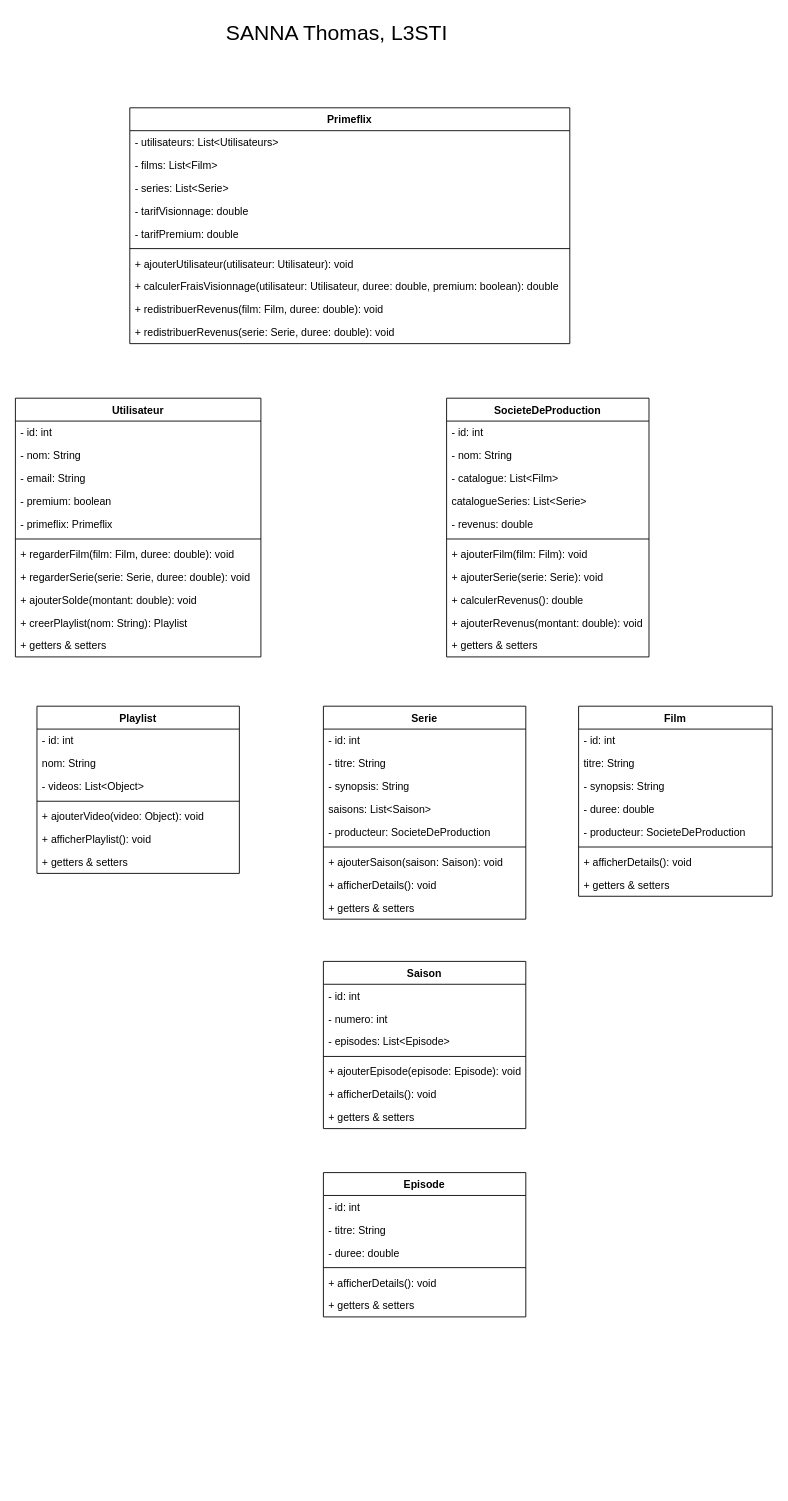
Before: TP Primeflix/tp_primeflix/diag.dio in ThomasSanna/prog-orientee-objet-java-L3STI, a draw.io diagram. Source tidied: cells renumbered, new cells numbered last; positions are measured from the earlier drawing's top-left corner, leaving out a move shared by most shapes. Both pictures are drawn from the tidied source at 88%, with x=0, y=0 at pixel (15, 15).
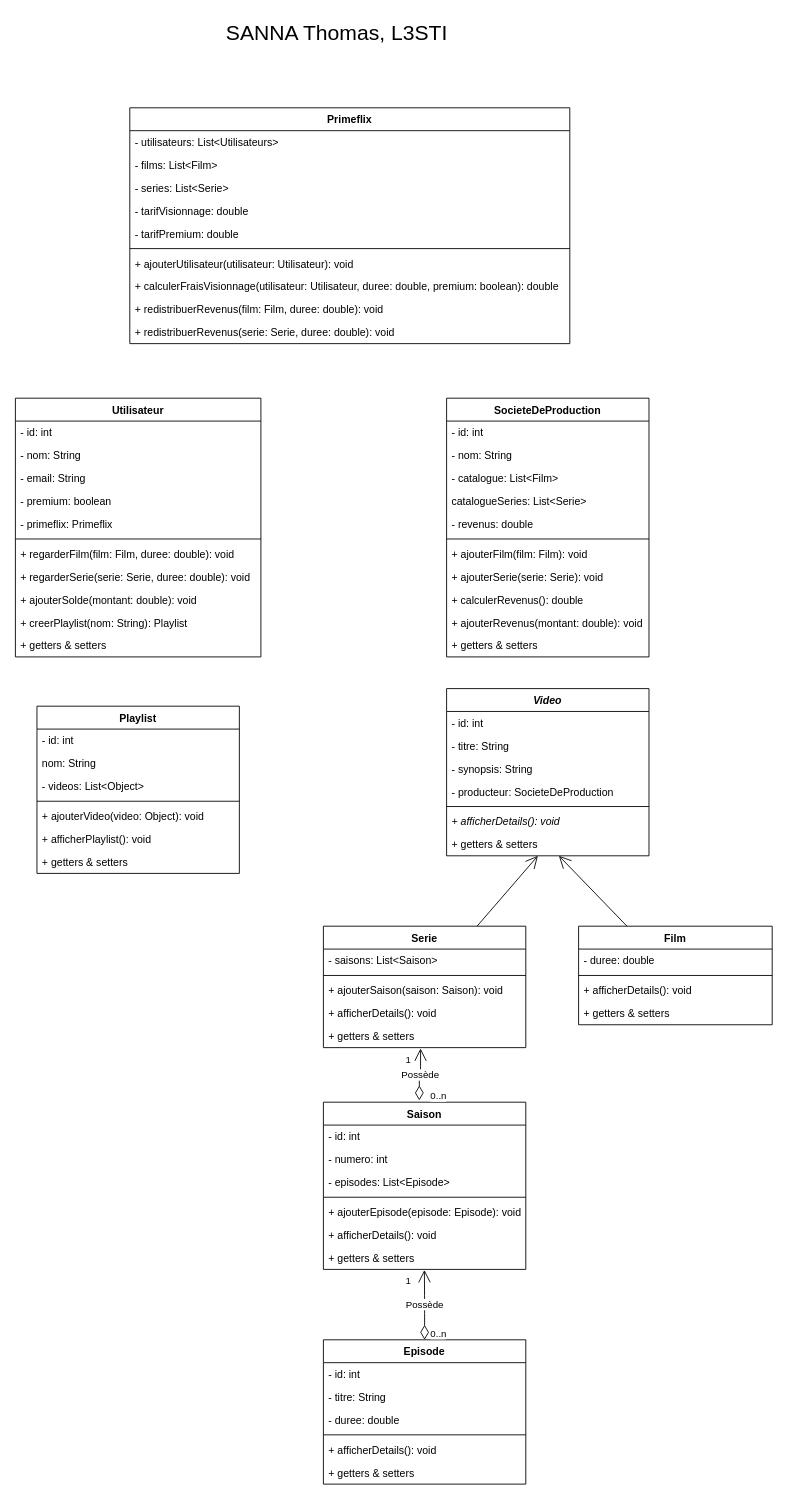
The same page after the edit.

The change refers to these unchanged cells:
```xml
<mxCell id="51" value="+ getters &amp; setters" style="text;strokeColor=none;fillColor=none;align=left;verticalAlign=top;spacingLeft=4;spacingRight=4;overflow=hidden;points=[[0,0.5],[1,0.5]];portConstraint=eastwest;" parent="44" vertex="1">
  <mxGeometry y="164" width="230" height="26" as="geometry" />
</mxCell>
```

What changed in the source:
```diff
@@
     <mxCell id="25" value="Film" style="swimlane;fontStyle=1;align=center;verticalAlign=top;horizontal=1;startSize=26;" parent="1" vertex="1">
-      <mxGeometry x="640" y="785" width="220" height="216" as="geometry" />
+      <mxGeometry x="640" y="1035" width="220" height="112" as="geometry" />
     </mxCell>
-    <mxCell id="26" value="- id: int" style="text;strokeColor=none;fillColor=none;align=left;verticalAlign=top;spacingLeft=4;spacingRight=4;overflow=hidden;" parent="25" vertex="1">
-      <mxGeometry y="26" width="220" height="26" as="geometry" />
-    </mxCell>
-    <mxCell id="27" value="titre: String" style="text;strokeColor=none;fillColor=none;align=left;verticalAlign=top;spacingLeft=4;spacingRight=4;overflow=hidden;" parent="25" vertex="1">
-      <mxGeometry y="52" width="220" height="26" as="geometry" />
-    </mxCell>
-    <mxCell id="28" value="- synopsis: String" style="text;strokeColor=none;fillColor=none;align=left;verticalAlign=top;spacingLeft=4;spacingRight=4;overflow=hidden;" parent="25" vertex="1">
-      <mxGeometry y="78" width="220" height="26" as="geometry" />
-    </mxCell>
     <mxCell id="29" value="- duree: double" style="text;strokeColor=none;fillColor=none;align=left;verticalAlign=top;spacingLeft=4;spacingRight=4;overflow=hidden;" parent="25" vertex="1">
-      <mxGeometry y="104" width="220" height="26" as="geometry" />
+      <mxGeometry y="26" width="220" height="26" as="geometry" />
     </mxCell>
-    <mxCell id="30" value="- producteur: SocieteDeProduction" style="text;strokeColor=none;fillColor=none;align=left;verticalAlign=top;spacingLeft=4;spacingRight=4;overflow=hidden;" parent="25" vertex="1">
-      <mxGeometry y="130" width="220" height="26" as="geometry" />
-    </mxCell>
     <mxCell id="31" style="line;strokeWidth=1;fillColor=none;align=left;verticalAlign=middle;spacingTop=-1;spacingLeft=3;spacingRight=3;labelPosition=right;strokeColor=inherit;" parent="25" vertex="1">
-      <mxGeometry y="156" width="220" height="8" as="geometry" />
+      <mxGeometry y="52" width="220" height="8" as="geometry" />
     </mxCell>
     <mxCell id="32" value="+ afficherDetails(): void" style="text;strokeColor=none;fillColor=none;align=left;verticalAlign=top;spacingLeft=4;spacingRight=4;overflow=hidden;" parent="25" vertex="1">
-      <mxGeometry y="164" width="220" height="26" as="geometry" />
+      <mxGeometry y="60" width="220" height="26" as="geometry" />
     </mxCell>
     <mxCell id="33" value="+ getters &amp; setters" style="text;strokeColor=none;fillColor=none;align=left;verticalAlign=top;spacingLeft=4;spacingRight=4;overflow=hidden;" parent="25" vertex="1">
-      <mxGeometry y="190" width="220" height="26" as="geometry" />
+      <mxGeometry y="86" width="220" height="26" as="geometry" />
     </mxCell>
     <mxCell id="34" value="Serie" style="swimlane;fontStyle=1;align=center;verticalAlign=top;horizontal=1;startSize=26;" parent="1" vertex="1">
-      <mxGeometry x="350" y="785" width="230" height="242" as="geometry" />
+      <mxGeometry x="350" y="1035" width="230" height="138" as="geometry" />
     </mxCell>
-    <mxCell id="35" value="- id: int" style="text;strokeColor=none;fillColor=none;align=left;verticalAlign=top;spacingLeft=4;spacingRight=4;overflow=hidden;" parent="34" vertex="1">
-      <mxGeometry y="26" width="230" height="26" as="geometry" />
-    </mxCell>
-    <mxCell id="36" value="- titre: String" style="text;strokeColor=none;fillColor=none;align=left;verticalAlign=top;spacingLeft=4;spacingRight=4;overflow=hidden;" parent="34" vertex="1">
-      <mxGeometry y="52" width="230" height="26" as="geometry" />
-    </mxCell>
-    <mxCell id="37" value="- synopsis: String" style="text;strokeColor=none;fillColor=none;align=left;verticalAlign=top;spacingLeft=4;spacingRight=4;overflow=hidden;" parent="34" vertex="1">
-      <mxGeometry y="78" width="230" height="26" as="geometry" />
-    </mxCell>
-    <mxCell id="38" value="saisons: List&lt;Saison&gt;" style="text;strokeColor=none;fillColor=none;align=left;verticalAlign=top;spacingLeft=4;spacingRight=4;overflow=hidden;" parent="34" vertex="1">
-      <mxGeometry y="104" width="230" height="26" as="geometry" />
+    <mxCell id="38" value="- saisons: List&lt;Saison&gt;" style="text;strokeColor=none;fillColor=none;align=left;verticalAlign=top;spacingLeft=4;spacingRight=4;overflow=hidden;" parent="34" vertex="1">
+      <mxGeometry y="26" width="230" height="26" as="geometry" />
     </mxCell>
-    <mxCell id="39" value="- producteur: SocieteDeProduction" style="text;strokeColor=none;fillColor=none;align=left;verticalAlign=top;spacingLeft=4;spacingRight=4;overflow=hidden;" parent="34" vertex="1">
-      <mxGeometry y="130" width="230" height="26" as="geometry" />
-    </mxCell>
     <mxCell id="40" style="line;strokeWidth=1;fillColor=none;align=left;verticalAlign=middle;spacingTop=-1;spacingLeft=3;spacingRight=3;labelPosition=right;strokeColor=inherit;" parent="34" vertex="1">
-      <mxGeometry y="156" width="230" height="8" as="geometry" />
+      <mxGeometry y="52" width="230" height="8" as="geometry" />
     </mxCell>
     <mxCell id="41" value="+ ajouterSaison(saison: Saison): void" style="text;strokeColor=none;fillColor=none;align=left;verticalAlign=top;spacingLeft=4;spacingRight=4;overflow=hidden;" parent="34" vertex="1">
-      <mxGeometry y="164" width="230" height="26" as="geometry" />
+      <mxGeometry y="60" width="230" height="26" as="geometry" />
     </mxCell>
     <mxCell id="42" value="+ afficherDetails(): void" style="text;strokeColor=none;fillColor=none;align=left;verticalAlign=top;spacingLeft=4;spacingRight=4;overflow=hidden;" parent="34" vertex="1">
-      <mxGeometry y="190" width="230" height="26" as="geometry" />
+      <mxGeometry y="86" width="230" height="26" as="geometry" />
     </mxCell>
     <mxCell id="43" value="+ getters &amp; setters" style="text;strokeColor=none;fillColor=none;align=left;verticalAlign=top;spacingLeft=4;spacingRight=4;overflow=hidden;points=[[0,0.5],[1,0.5]];portConstraint=eastwest;" parent="34" vertex="1">
-      <mxGeometry y="216" width="230" height="26" as="geometry" />
+      <mxGeometry y="112" width="230" height="26" as="geometry" />
     </mxCell>
     <mxCell id="44" value="Saison" style="swimlane;fontStyle=1;align=center;verticalAlign=top;horizontal=1;startSize=26;" parent="1" vertex="1">
-      <mxGeometry x="350" y="1075" width="230" height="190" as="geometry" />
+      <mxGeometry x="350" y="1235" width="230" height="190" as="geometry" />
     </mxCell>
@@
     <mxCell id="52" value="Episode" style="swimlane;fontStyle=1;align=center;verticalAlign=top;horizontal=1;startSize=26;" parent="1" vertex="1">
-      <mxGeometry x="350" y="1315" width="230" height="164" as="geometry" />
+      <mxGeometry x="350" y="1505" width="230" height="164" as="geometry" />
     </mxCell>
@@
+    <mxCell id="80" value="Video" style="swimlane;fontStyle=3;align=center;verticalAlign=top;horizontal=1;startSize=26;" parent="1" vertex="1">
+      <mxGeometry x="490" y="765" width="230" height="190" as="geometry" />
+    </mxCell>
+    <mxCell id="35" value="- id: int" style="text;strokeColor=none;fillColor=none;align=left;verticalAlign=top;spacingLeft=4;spacingRight=4;overflow=hidden;" parent="80" vertex="1">
+      <mxGeometry y="26" width="230" height="26" as="geometry" />
+    </mxCell>
+    <mxCell id="36" value="- titre: String" style="text;strokeColor=none;fillColor=none;align=left;verticalAlign=top;spacingLeft=4;spacingRight=4;overflow=hidden;" parent="80" vertex="1">
+      <mxGeometry y="52" width="230" height="26" as="geometry" />
+    </mxCell>
+    <mxCell id="37" value="- synopsis: String" style="text;strokeColor=none;fillColor=none;align=left;verticalAlign=top;spacingLeft=4;spacingRight=4;overflow=hidden;" parent="80" vertex="1">
+      <mxGeometry y="78" width="230" height="26" as="geometry" />
+    </mxCell>
+    <mxCell id="81" value="- producteur: SocieteDeProduction" style="text;strokeColor=none;fillColor=none;align=left;verticalAlign=top;spacingLeft=4;spacingRight=4;overflow=hidden;" parent="80" vertex="1">
+      <mxGeometry y="104" width="230" height="26" as="geometry" />
+    </mxCell>
+    <mxCell id="82" style="line;strokeWidth=1;fillColor=none;align=left;verticalAlign=middle;spacingTop=-1;spacingLeft=3;spacingRight=3;labelPosition=right;strokeColor=inherit;" parent="80" vertex="1">
+      <mxGeometry y="130" width="230" height="8" as="geometry" />
+    </mxCell>
+    <mxCell id="83" value="+ afficherDetails(): void" style="text;strokeColor=none;fillColor=none;align=left;verticalAlign=top;spacingLeft=4;spacingRight=4;overflow=hidden;fontStyle=2;" parent="80" vertex="1">
+      <mxGeometry y="138" width="230" height="26" as="geometry" />
+    </mxCell>
+    <mxCell id="84" value="+ getters &amp; setters" style="text;strokeColor=none;fillColor=none;align=left;verticalAlign=top;spacingLeft=4;spacingRight=4;overflow=hidden;points=[[0,0.5],[1,0.5]];portConstraint=eastwest;" parent="80" vertex="1">
+      <mxGeometry y="164" width="230" height="26" as="geometry" />
+    </mxCell>
+    <mxCell id="85" value="Possède" style="endArrow=open;html=1;endSize=12;startArrow=diamondThin;startSize=14;startFill=0;edgeStyle=orthogonalEdgeStyle;exitX=0.5;exitY=0;exitDx=0;exitDy=0;entryX=0.499;entryY=1.024;entryDx=0;entryDy=0;entryPerimeter=0;" parent="1" edge="1" source="52" target="51">
+      <mxGeometry relative="1" as="geometry" />
+    </mxCell>
+    <mxCell id="86" value="0..n" style="edgeLabel;html=1;align=left;verticalAlign=top;" parent="85" vertex="1">
+      <mxGeometry x="-1" relative="1" as="geometry">
+        <mxPoint x="5" y="-20" as="offset" />
+      </mxGeometry>
+    </mxCell>
+    <mxCell id="87" value="1" style="edgeLabel;html=1;align=right;verticalAlign=top;" parent="85" vertex="1">
+      <mxGeometry x="1" relative="1" as="geometry">
+        <mxPoint x="-15" as="offset" />
+      </mxGeometry>
+    </mxCell>
+    <mxCell id="88" style="endArrow=open;endFill=1;endSize=12;html=1;" parent="1" edge="1" source="34" target="84">
+      <mxGeometry relative="1" as="geometry" />
+    </mxCell>
+    <mxCell id="89" style="endArrow=open;endFill=1;endSize=12;html=1;exitX=0.25;exitY=0;exitDx=0;exitDy=0;" parent="1" edge="1" source="25" target="84">
+      <mxGeometry relative="1" as="geometry" />
+    </mxCell>
+    <mxCell id="90" value="Possède" style="endArrow=open;html=1;endSize=12;startArrow=diamondThin;startSize=14;startFill=0;edgeStyle=orthogonalEdgeStyle;exitX=0.474;exitY=-0.011;exitDx=0;exitDy=0;exitPerimeter=0;entryX=0.48;entryY=1.035;entryDx=0;entryDy=0;entryPerimeter=0;" parent="1" edge="1" source="44" target="43">
+      <mxGeometry relative="1" as="geometry" />
+    </mxCell>
+    <mxCell id="91" value="0..n" style="edgeLabel;html=1;align=left;verticalAlign=top;" parent="90" vertex="1">
+      <mxGeometry x="-1" relative="1" as="geometry">
+        <mxPoint x="11" y="-18" as="offset" />
+      </mxGeometry>
+    </mxCell>
+    <mxCell id="92" value="1" style="edgeLabel;html=1;align=right;verticalAlign=top;" parent="90" vertex="1">
+      <mxGeometry x="1" relative="1" as="geometry">
+        <mxPoint x="-10" as="offset" />
+      </mxGeometry>
+    </mxCell>
```
